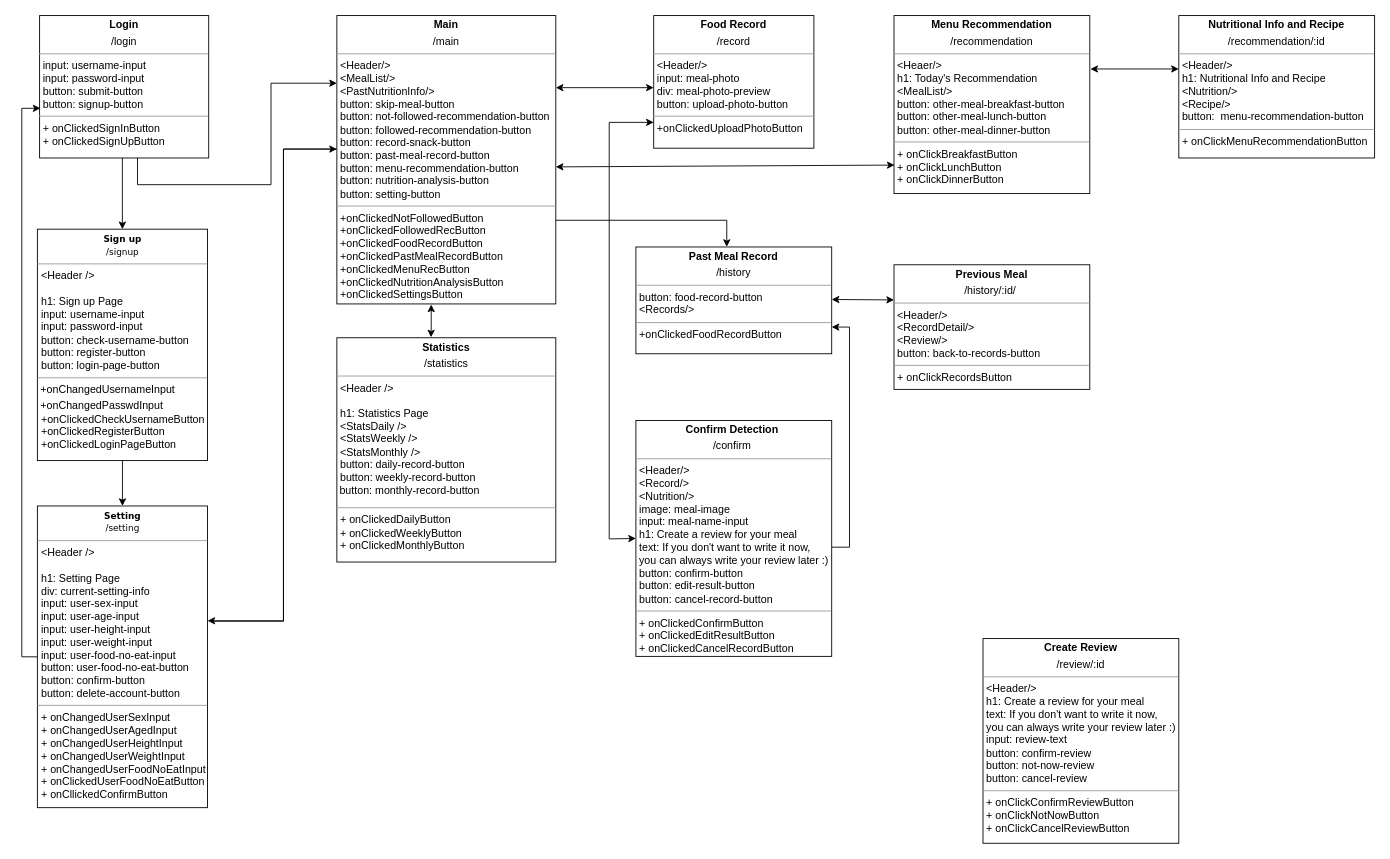
swsnu/swpp2021-team5 keeps this draw.io diagram as diagrams/Frontend_UML.drawio. Above is the earlier version. Source tidied: cells renumbered, new cells numbered last; positions are measured from the earlier drawing's top-left corner, leaving out a move shared by most shapes. Both pictures are drawn from the tidied source at 89%, with x=0, y=0 at pixel (21, 15).
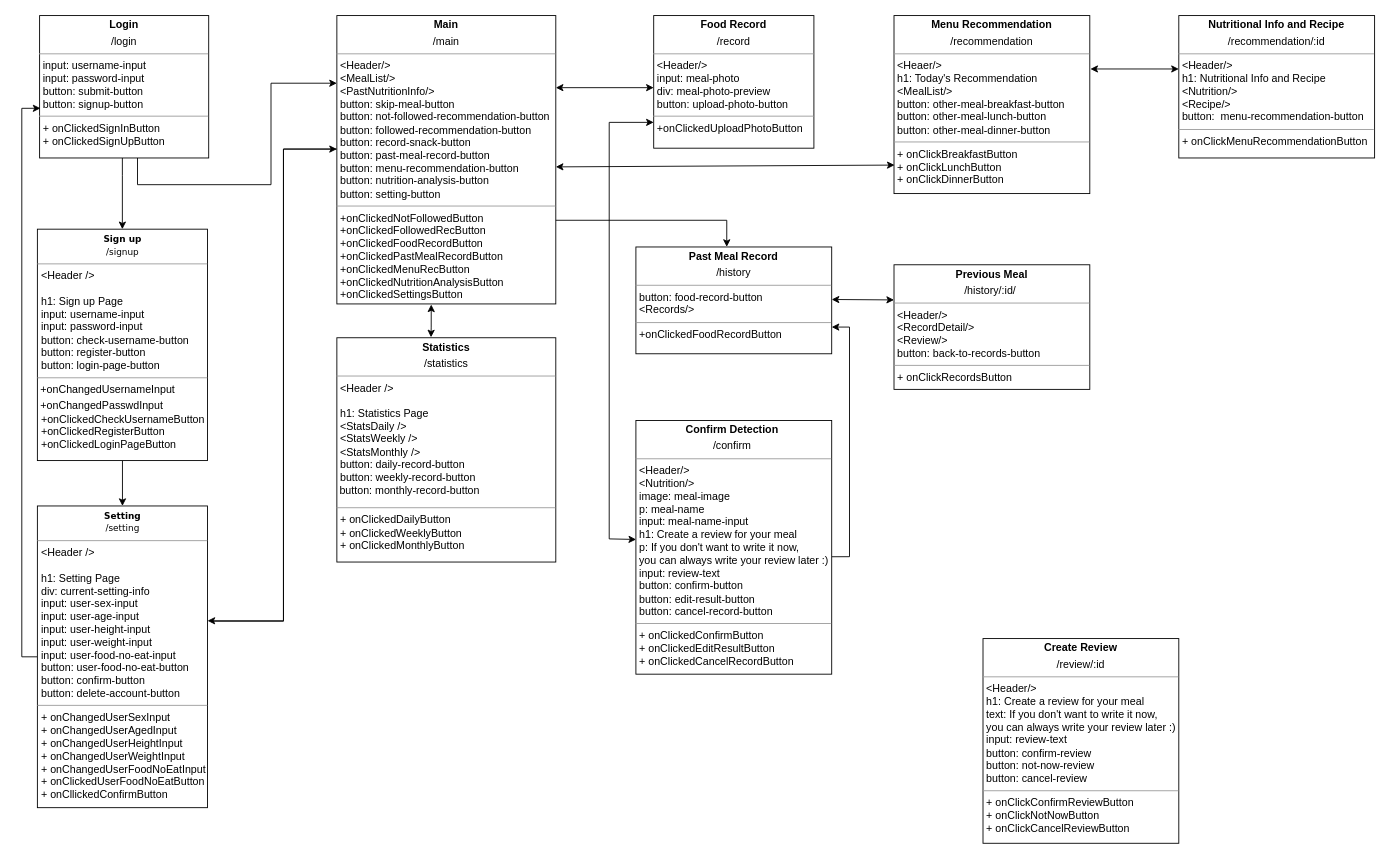
The same diagram, later.

Change to the diagram source:
```diff
@@
-    <mxCell id="16" value="&lt;p style=&quot;margin: 0px ; margin-top: 4px ; text-align: center&quot;&gt;&lt;b&gt;Confirm Detection&amp;nbsp;&lt;/b&gt;&lt;/p&gt;&lt;p style=&quot;margin: 0px ; margin-top: 4px ; text-align: center&quot;&gt;/confirm&lt;b&gt;&amp;nbsp;&lt;/b&gt;&lt;/p&gt;&lt;hr size=&quot;1&quot;&gt;&lt;p style=&quot;margin: 0px ; margin-left: 4px&quot;&gt;&amp;lt;Header/&amp;gt;&lt;/p&gt;&lt;p style=&quot;margin: 0px ; margin-left: 4px&quot;&gt;&amp;lt;Record/&amp;gt;&lt;/p&gt;&lt;p style=&quot;margin: 0px ; margin-left: 4px&quot;&gt;&amp;lt;Nutrition/&amp;gt;&lt;/p&gt;&lt;p style=&quot;margin: 0px ; margin-left: 4px&quot;&gt;image: meal-image&lt;/p&gt;&lt;p style=&quot;margin: 0px ; margin-left: 4px&quot;&gt;input: meal-name-input&lt;/p&gt;&lt;p style=&quot;margin: 0px 0px 0px 4px&quot;&gt;h1: Create a review for your meal&lt;/p&gt;&lt;p style=&quot;margin: 0px 0px 0px 4px&quot;&gt;text: If you don't want to write it now,&amp;nbsp;&lt;/p&gt;&lt;p style=&quot;margin: 0px 0px 0px 4px&quot;&gt;you can always write your review later :)&lt;/p&gt;&lt;p style=&quot;margin: 0px ; margin-left: 4px&quot;&gt;&lt;span&gt;button: confirm-button&lt;/span&gt;&lt;br&gt;&lt;/p&gt;&lt;p style=&quot;margin: 0px ; margin-left: 4px&quot;&gt;button: edit-result-button&lt;/p&gt;&lt;p style=&quot;margin: 0px ; margin-left: 4px&quot;&gt;button: cancel-record-button&lt;/p&gt;&lt;hr size=&quot;1&quot;&gt;&lt;p style=&quot;margin: 0px ; margin-left: 4px&quot;&gt;+ onClickedConfirmButton&lt;/p&gt;&lt;p style=&quot;margin: 0px ; margin-left: 4px&quot;&gt;+ onClickedEditResultButton&lt;/p&gt;&lt;p style=&quot;margin: 0px 0px 0px 4px&quot;&gt;+ onClickedCancelRecordButton&lt;/p&gt;&lt;p style=&quot;margin: 0px ; margin-left: 4px&quot;&gt;&lt;br&gt;&lt;/p&gt;&lt;p style=&quot;margin: 0px ; margin-left: 4px&quot;&gt;&lt;br&gt;&lt;/p&gt;" style="verticalAlign=top;align=left;overflow=fill;fontSize=12;fontFamily=Helvetica;html=1;" parent="1" vertex="1">
-      <mxGeometry x="690" y="455" width="220" height="265" as="geometry" />
+    <mxCell id="16" value="&lt;p style=&quot;margin: 0px ; margin-top: 4px ; text-align: center&quot;&gt;&lt;b&gt;Confirm Detection&amp;nbsp;&lt;/b&gt;&lt;/p&gt;&lt;p style=&quot;margin: 0px ; margin-top: 4px ; text-align: center&quot;&gt;/confirm&lt;b&gt;&amp;nbsp;&lt;/b&gt;&lt;/p&gt;&lt;hr size=&quot;1&quot;&gt;&lt;p style=&quot;margin: 0px ; margin-left: 4px&quot;&gt;&amp;lt;Header/&amp;gt;&lt;/p&gt;&lt;p style=&quot;margin: 0px ; margin-left: 4px&quot;&gt;&amp;lt;Nutrition/&amp;gt;&lt;/p&gt;&lt;p style=&quot;margin: 0px ; margin-left: 4px&quot;&gt;image: meal-image&lt;/p&gt;&lt;p style=&quot;margin: 0px ; margin-left: 4px&quot;&gt;p: meal-name&lt;/p&gt;&lt;p style=&quot;margin: 0px ; margin-left: 4px&quot;&gt;input: meal-name-input&lt;/p&gt;&lt;p style=&quot;margin: 0px 0px 0px 4px&quot;&gt;h1: Create a review for your meal&lt;/p&gt;&lt;p style=&quot;margin: 0px 0px 0px 4px&quot;&gt;p: If you don't want to write it now,&amp;nbsp;&lt;/p&gt;&lt;p style=&quot;margin: 0px 0px 0px 4px&quot;&gt;you can always write your review later :)&lt;/p&gt;&lt;p style=&quot;margin: 0px 0px 0px 4px&quot;&gt;input: review-text&lt;/p&gt;&lt;p style=&quot;margin: 0px ; margin-left: 4px&quot;&gt;&lt;span&gt;button: confirm-button&lt;/span&gt;&lt;br&gt;&lt;/p&gt;&lt;p style=&quot;margin: 0px ; margin-left: 4px&quot;&gt;button: edit-result-button&lt;/p&gt;&lt;p style=&quot;margin: 0px ; margin-left: 4px&quot;&gt;button: cancel-record-button&lt;/p&gt;&lt;hr size=&quot;1&quot;&gt;&lt;p style=&quot;margin: 0px ; margin-left: 4px&quot;&gt;+ onClickedConfirmButton&lt;/p&gt;&lt;p style=&quot;margin: 0px ; margin-left: 4px&quot;&gt;+ onClickedEditResultButton&lt;/p&gt;&lt;p style=&quot;margin: 0px 0px 0px 4px&quot;&gt;+ onClickedCancelRecordButton&lt;/p&gt;&lt;p style=&quot;margin: 0px ; margin-left: 4px&quot;&gt;&lt;br&gt;&lt;/p&gt;&lt;p style=&quot;margin: 0px ; margin-left: 4px&quot;&gt;&lt;br&gt;&lt;/p&gt;" style="verticalAlign=top;align=left;overflow=fill;fontSize=12;fontFamily=Helvetica;html=1;" parent="1" vertex="1">
+      <mxGeometry x="690" y="455" width="220" height="285" as="geometry" />
     </mxCell>
@@
-    <mxCell id="27" style="endArrow=classic;startArrow=classic;html=1;rounded=0;exitX=0;exitY=0.5;exitDx=0;exitDy=0;" parent="1" edge="1" source="16">
+    <mxCell id="27" style="endArrow=classic;startArrow=classic;html=1;rounded=0;exitX=0.001;exitY=0.469;exitDx=0;exitDy=0;exitPerimeter=0;" parent="1" edge="1" source="16">
       <mxGeometry relative="1" as="geometry">
         <mxPoint x="710" y="120" as="targetPoint" />
         <Array as="points">
           <mxPoint x="660" y="588" />
           <mxPoint x="660" y="120" />
         </Array>
       </mxGeometry>
     </mxCell>
```
